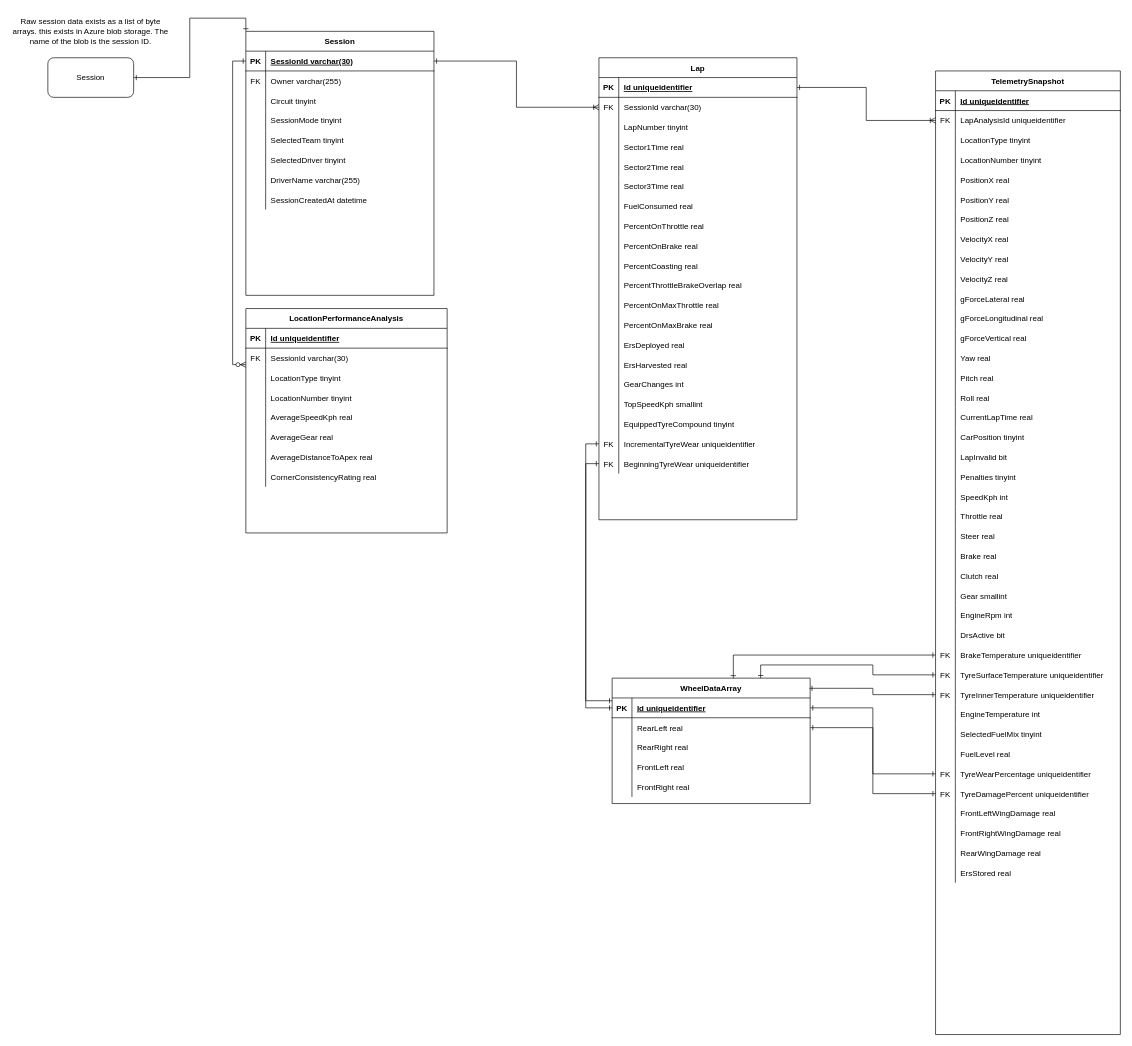
The draw.io diagram page "Sessions" (1 of 2) of Cloud Storage Maps/ApexVisualSqlErd.drawio in TimHanewich/ApexVisual.F1_2020, before the edit. Source tidied: cells renumbered, new cells numbered last; positions are measured from the earlier drawing's top-left corner, leaving out a move shared by most shapes. Both pictures are drawn from the tidied source at 66%, with x=0, y=0 at pixel (11, 11).
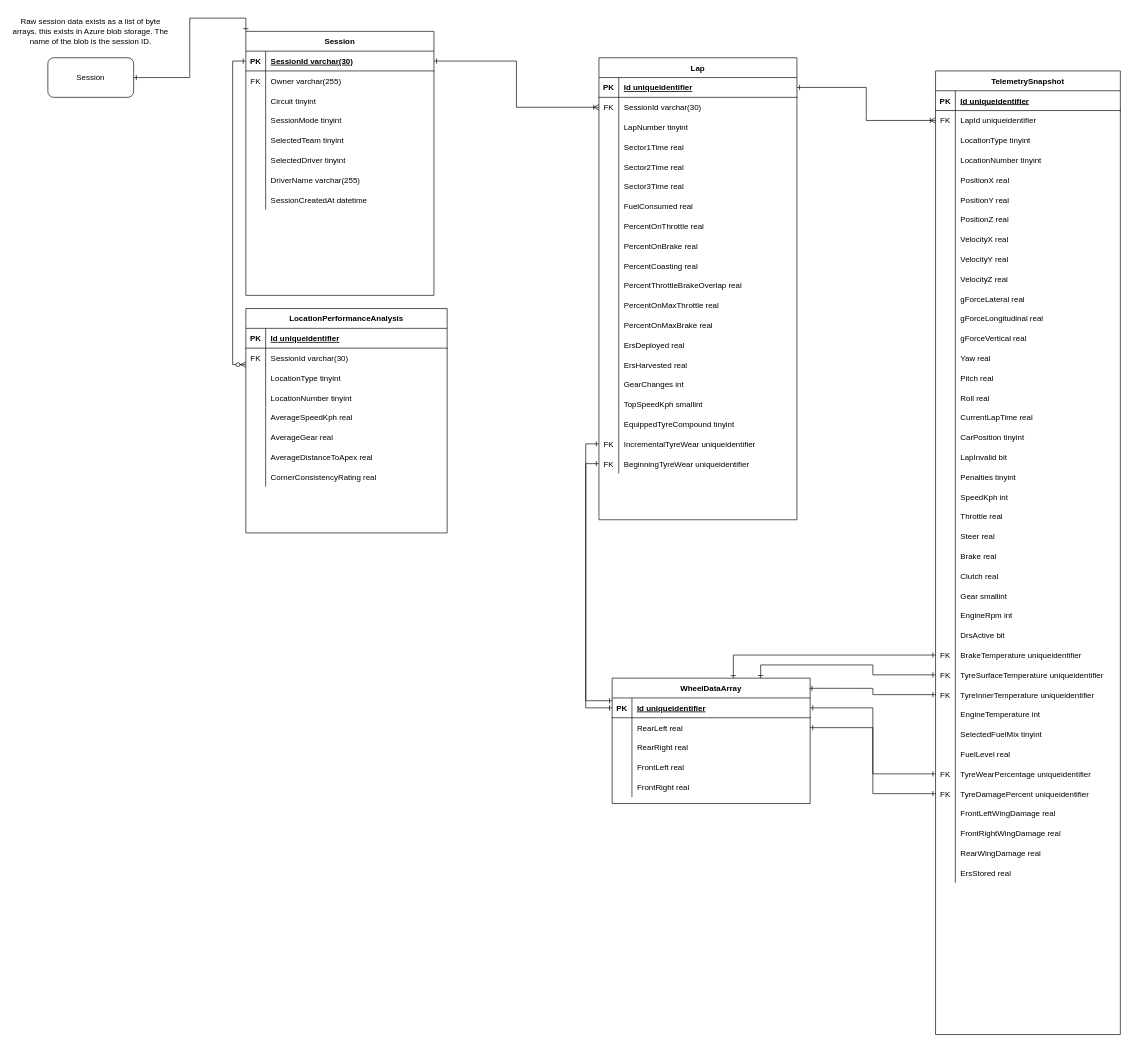
Above is the later version.

Commit message (it also covers changes not shown here):
Updated FK property name in TelemetrySnapshot

The change refers to these unchanged cells:
```xml
<mxCell id="6" style="shape=partialRectangle;fillColor=none;top=0;left=0;bottom=0;right=0;points=[[0,0.5],[1,0.5]];portConstraint=eastwest;" parent="2" vertex="1">
  <mxGeometry y="60" width="280" height="30" as="geometry" />
</mxCell>
```

The edit, as a diff of the source:
```diff
@@
-    <mxCell id="8" value="LapAnalysisId uniqueidentifier" style="shape=partialRectangle;fillColor=none;top=0;left=0;bottom=0;right=0;align=left;spacingLeft=6;overflow=hidden;" parent="6" vertex="1">
+    <mxCell id="8" value="LapId uniqueidentifier" style="shape=partialRectangle;fillColor=none;top=0;left=0;bottom=0;right=0;align=left;spacingLeft=6;overflow=hidden;" parent="6" vertex="1">
       <mxGeometry x="30" width="250" height="30" as="geometry" />
     </mxCell>
```
